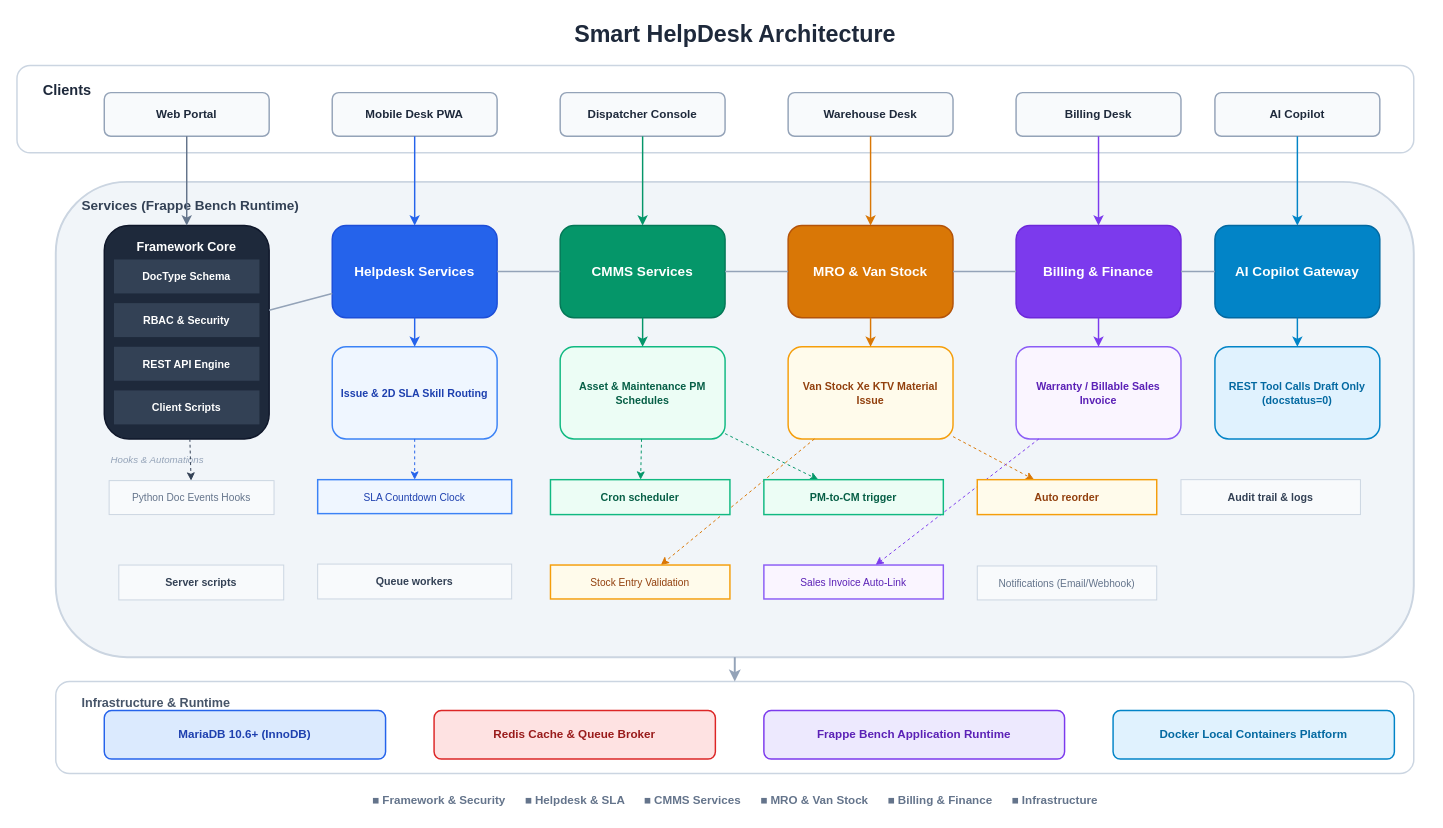
Baronger23/ERP.SmartHelpDesk keeps this draw.io diagram as page "1. System Architecture" (1 of 5) of docs/SYSTEM_ARCHITECTURE_DESIGN.drawio. Above is the earlier version. Source tidied: cells renumbered, new cells numbered last; positions are measured from the earlier drawing's top-left corner, leaving out a move shared by most shapes. Both pictures are drawn from the tidied source at 97%, with x=0, y=0 at pixel (16, 16).
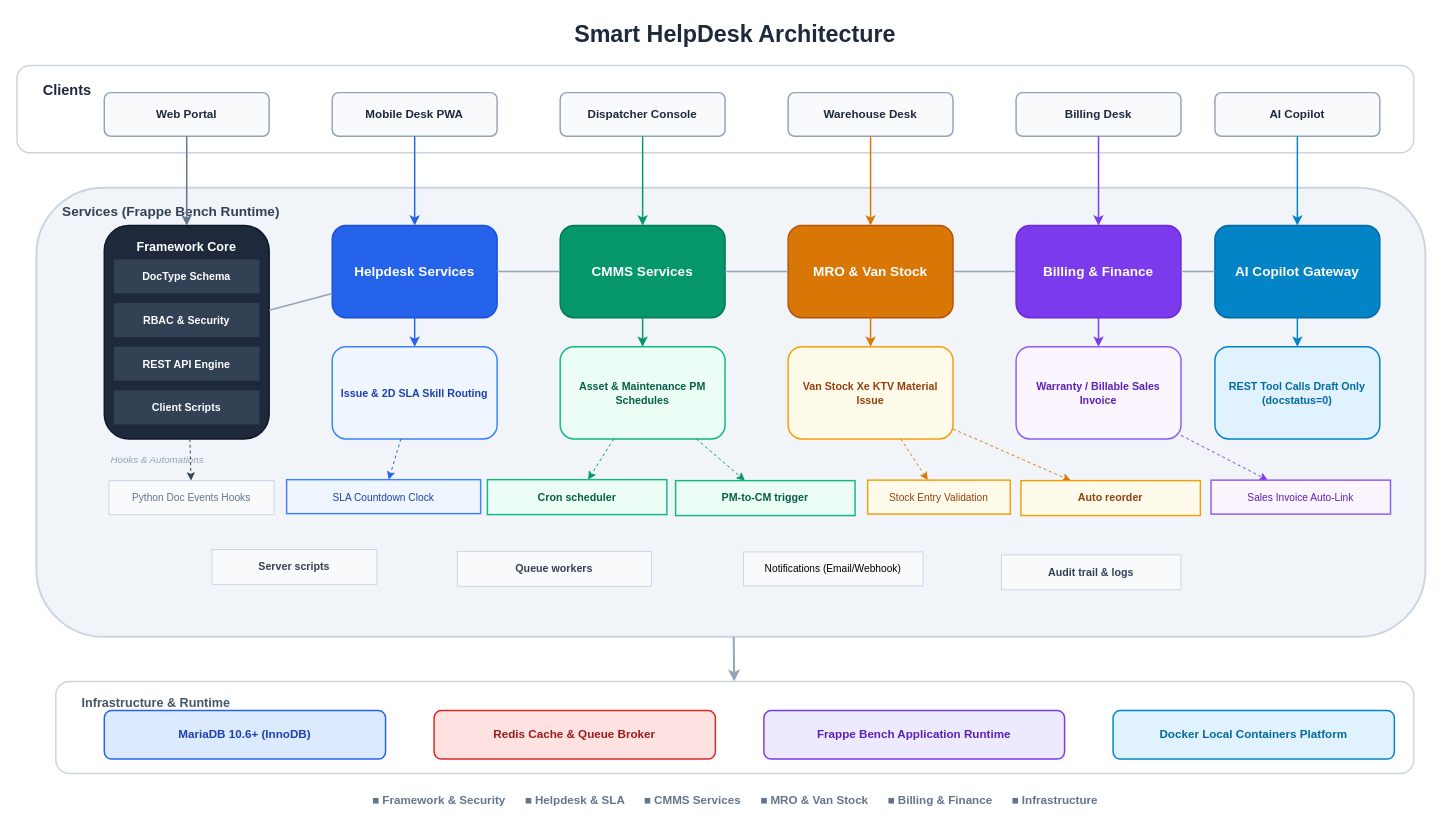
After the change.

Change to the diagram source:
```diff
@@
     <mxCell id="12" value="Services (Frappe Bench Runtime)" style="rounded=1;whiteSpace=wrap;html=1;fillColor=#F1F5F9;strokeColor=#CBD5E1;strokeWidth=2;verticalAlign=top;align=left;spacingLeft=25;spacingTop=10;fontStyle=1;fontSize=14;fontColor=#334155;" parent="1" vertex="1">
-      <mxGeometry x="40" y="170" width="1400" height="490" as="geometry" />
+      <mxGeometry x="20" y="176" width="1432" height="463" as="geometry" />
     </mxCell>
@@
     <mxCell id="52" value="Server scripts" style="rounded=0;whiteSpace=wrap;html=1;fillColor=#F8FAFC;strokeColor=#CBD5E1;strokeWidth=1;fontSize=11;fontStyle=1;align=center;fontColor=#334155;" parent="1" vertex="1">
-      <mxGeometry x="105" y="565" width="170" height="36" as="geometry" />
+      <mxGeometry x="201" y="549" width="170" height="36" as="geometry" />
     </mxCell>
     <mxCell id="53" value="Queue workers" style="rounded=0;whiteSpace=wrap;html=1;fillColor=#F8FAFC;strokeColor=#CBD5E1;strokeWidth=1;fontSize=11;fontStyle=1;align=center;fontColor=#334155;" parent="1" vertex="1">
-      <mxGeometry x="310" y="564" width="200" height="36" as="geometry" />
+      <mxGeometry x="454" y="551" width="200" height="36" as="geometry" />
     </mxCell>
     <mxCell id="54" value="Cron scheduler" style="rounded=0;whiteSpace=wrap;html=1;fillColor=#ECFDF5;strokeColor=#10B981;strokeWidth=1.5;fontSize=11;fontStyle=1;align=center;fontColor=#065F46;" parent="1" vertex="1">
-      <mxGeometry x="550" y="477" width="185" height="36" as="geometry" />
+      <mxGeometry x="485" y="477" width="185" height="36" as="geometry" />
     </mxCell>
     <mxCell id="55" value="PM-to-CM trigger" style="rounded=0;whiteSpace=wrap;html=1;fillColor=#ECFDF5;strokeColor=#10B981;strokeWidth=1.5;fontSize=11;fontStyle=1;align=center;fontColor=#065F46;" parent="1" vertex="1">
-      <mxGeometry x="770" y="477" width="185" height="36" as="geometry" />
+      <mxGeometry x="679" y="478" width="185" height="36" as="geometry" />
     </mxCell>
     <mxCell id="56" value="Auto reorder" style="rounded=0;whiteSpace=wrap;html=1;fillColor=#FFFBEB;strokeColor=#F59E0B;strokeWidth=1.5;fontSize=11;fontStyle=1;align=center;fontColor=#92400E;" parent="1" vertex="1">
-      <mxGeometry x="990" y="477" width="185" height="36" as="geometry" />
+      <mxGeometry x="1035" y="478" width="185" height="36" as="geometry" />
     </mxCell>
     <mxCell id="57" value="Audit trail &amp; logs" style="rounded=0;whiteSpace=wrap;html=1;fillColor=#F8FAFC;strokeColor=#CBD5E1;strokeWidth=1;fontSize=11;fontStyle=1;align=center;fontColor=#334155;" parent="1" vertex="1">
-      <mxGeometry x="1200" y="477" width="185" height="36" as="geometry" />
+      <mxGeometry x="1015" y="554.5" width="185" height="36" as="geometry" />
     </mxCell>
@@
     <mxCell id="59" value="SLA Countdown Clock" style="rounded=0;whiteSpace=wrap;html=1;fillColor=#EFF6FF;strokeColor=#3B82F6;strokeWidth=1.5;fontSize=10.5;align=center;fontColor=#1E40AF;" parent="1" vertex="1">
-      <mxGeometry x="310" y="477" width="200" height="35" as="geometry" />
+      <mxGeometry x="278" y="477" width="200" height="35" as="geometry" />
     </mxCell>
     <mxCell id="60" value="Stock Entry Validation" style="rounded=0;whiteSpace=wrap;html=1;fillColor=#FFFBEB;strokeColor=#F59E0B;strokeWidth=1.5;fontSize=10.5;align=center;fontColor=#92400E;" parent="1" vertex="1">
-      <mxGeometry x="550" y="565" width="185" height="35" as="geometry" />
+      <mxGeometry x="877" y="477.5" width="147" height="35" as="geometry" />
     </mxCell>
     <mxCell id="61" value="Sales Invoice Auto-Link" style="rounded=0;whiteSpace=wrap;html=1;fillColor=#FAF5FF;strokeColor=#8B5CF6;strokeWidth=1.5;fontSize=10.5;align=center;fontColor=#5B21B6;" parent="1" vertex="1">
-      <mxGeometry x="770" y="565" width="185" height="35" as="geometry" />
+      <mxGeometry x="1231" y="477.5" width="185" height="35" as="geometry" />
     </mxCell>
-    <mxCell id="62" value="Notifications (Email/Webhook)" style="rounded=0;whiteSpace=wrap;html=1;fillColor=#F8FAFC;strokeColor=#CBD5E1;strokeWidth=1;fontSize=10.5;align=center;fontColor=#64748B;" parent="1" vertex="1">
-      <mxGeometry x="990" y="566" width="185" height="35" as="geometry" />
+    <mxCell id="62" value="Notifications (Email/Webhook)" style="rounded=0;whiteSpace=wrap;html=1;fillColor=#F8FAFC;strokeColor=#CBD5E1;strokeWidth=1;fontSize=10.5;align=center;fontColor=#000000;labelBackgroundColor=none;" parent="1" vertex="1">
+      <mxGeometry x="749" y="551.5" width="185" height="35" as="geometry" />
     </mxCell>
```
